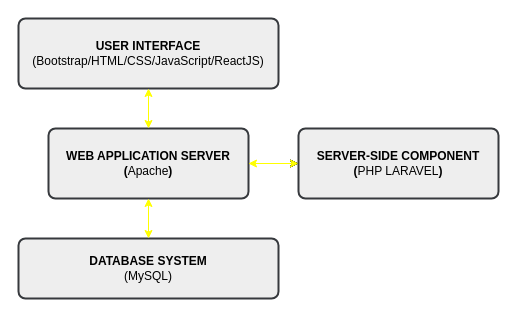
Above: proposal/submission/sec01/stakeholder/diagram/flowchart.drawio in drshahizan/software-engineering (draw.io), before the change. Source tidied: cells renumbered, new cells numbered last; positions are measured from the earlier drawing's top-left corner, leaving out a move shared by most shapes. Both pictures are drawn from the tidied source at 100%, with x=0, y=0 at pixel (18, 18).
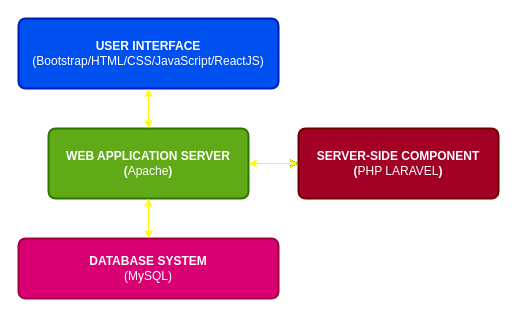
Above is the later version.

The edit, as a diff of the source:
```diff
@@
 <mxGraphModel>
   <root>
     <mxCell id="0" />
     <mxCell id="1" parent="0" />
-    <mxCell id="2" value="&lt;b&gt;USER INTERFACE&lt;br&gt;&lt;/b&gt;(Bootstrap/HTML/CSS/JavaScript/ReactJS)" style="rounded=1;whiteSpace=wrap;html=1;absoluteArcSize=1;arcSize=14;strokeWidth=2;fillColor=#eeeeee;strokeColor=#36393d;fontColor=#000000;" parent="1" vertex="1">
+    <mxCell id="2" value="&lt;b&gt;USER INTERFACE&lt;br&gt;&lt;/b&gt;(Bootstrap/HTML/CSS/JavaScript/ReactJS)" style="rounded=1;whiteSpace=wrap;html=1;absoluteArcSize=1;arcSize=14;strokeWidth=2;fillColor=#0050ef;strokeColor=#001DBC;fontColor=#ffffff;" parent="1" vertex="1">
       <mxGeometry width="260" height="70" as="geometry" />
     </mxCell>
     <mxCell id="3" style="edgeStyle=none;html=1;entryX=0;entryY=0.5;entryDx=0;entryDy=0;" parent="1" edge="1" source="6" target="8">
       <mxGeometry relative="1" as="geometry" />
     </mxCell>
     <mxCell id="4" style="edgeStyle=none;html=1;entryX=0;entryY=0.5;entryDx=0;entryDy=0;strokeColor=#000000;" parent="1" edge="1" source="6" target="8">
       <mxGeometry relative="1" as="geometry" />
     </mxCell>
     <mxCell id="5" style="edgeStyle=none;html=1;entryX=0;entryY=0.5;entryDx=0;entryDy=0;strokeColor=#FFFF00;" parent="1" edge="1" source="6" target="8">
       <mxGeometry relative="1" as="geometry" />
     </mxCell>
-    <mxCell id="6" value="&lt;b&gt;WEB APPLICATION SERVER&lt;br&gt;(&lt;/b&gt;Apache&lt;b&gt;)&lt;br&gt;&lt;/b&gt;" style="rounded=1;whiteSpace=wrap;html=1;absoluteArcSize=1;arcSize=14;strokeWidth=2;fillColor=#eeeeee;strokeColor=#36393d;fontColor=#000000;" parent="1" vertex="1">
+    <mxCell id="6" value="&lt;b&gt;WEB APPLICATION SERVER&lt;br&gt;(&lt;/b&gt;Apache&lt;b&gt;)&lt;br&gt;&lt;/b&gt;" style="rounded=1;whiteSpace=wrap;html=1;absoluteArcSize=1;arcSize=14;strokeWidth=2;fillColor=#60a917;strokeColor=#2D7600;fontColor=#ffffff;" parent="1" vertex="1">
       <mxGeometry x="30" y="110" width="200" height="70" as="geometry" />
     </mxCell>
     <mxCell id="7" style="edgeStyle=none;html=1;entryX=1;entryY=0.5;entryDx=0;entryDy=0;strokeColor=#FFFF00;" parent="1" edge="1">
       <mxGeometry relative="1" as="geometry">
         <mxPoint x="280" y="145" as="sourcePoint" />
         <mxPoint x="230" y="145" as="targetPoint" />
       </mxGeometry>
     </mxCell>
-    <mxCell id="8" value="&lt;b&gt;SERVER-SIDE COMPONENT&lt;br&gt;(&lt;/b&gt;PHP LARAVEL&lt;b&gt;)&lt;br&gt;&lt;/b&gt;" style="rounded=1;whiteSpace=wrap;html=1;absoluteArcSize=1;arcSize=14;strokeWidth=2;fillColor=#eeeeee;strokeColor=#36393d;fontColor=#000000;" parent="1" vertex="1">
+    <mxCell id="8" value="&lt;b&gt;SERVER-SIDE COMPONENT&lt;br&gt;(&lt;/b&gt;PHP LARAVEL&lt;b&gt;)&lt;br&gt;&lt;/b&gt;" style="rounded=1;whiteSpace=wrap;html=1;absoluteArcSize=1;arcSize=14;strokeWidth=2;fillColor=#a20025;strokeColor=#6F0000;fontColor=#ffffff;" parent="1" vertex="1">
       <mxGeometry x="280" y="110" width="200" height="70" as="geometry" />
     </mxCell>
-    <mxCell id="9" value="&lt;b&gt;DATABASE SYSTEM&lt;br&gt;&lt;/b&gt;(MySQL)" style="rounded=1;whiteSpace=wrap;html=1;absoluteArcSize=1;arcSize=14;strokeWidth=2;fillColor=#eeeeee;strokeColor=#36393d;fontColor=#000000;" parent="1" vertex="1">
+    <mxCell id="9" value="&lt;b&gt;DATABASE SYSTEM&lt;br&gt;&lt;/b&gt;(MySQL)" style="rounded=1;whiteSpace=wrap;html=1;absoluteArcSize=1;arcSize=14;strokeWidth=2;fillColor=#d80073;strokeColor=#A50040;fontColor=#ffffff;" parent="1" vertex="1">
       <mxGeometry y="220" width="260" height="60" as="geometry" />
     </mxCell>
     <mxCell id="10" style="endArrow=classic;startArrow=classic;html=1;fontColor=#000000;entryX=0.5;entryY=1;entryDx=0;entryDy=0;strokeColor=#FFFF00;" parent="1" edge="1" target="6">
       <mxGeometry relative="1" as="geometry">
         <mxPoint x="130" y="220" as="sourcePoint" />
       </mxGeometry>
     </mxCell>
     <mxCell id="11" style="endArrow=classic;startArrow=classic;html=1;fontColor=#000000;entryX=0.5;entryY=0;entryDx=0;entryDy=0;exitX=0.5;exitY=1;exitDx=0;exitDy=0;fillColor=#eeeeee;strokeColor=#FFFF00;" parent="1" edge="1" source="2" target="6">
       <mxGeometry relative="1" as="geometry" />
     </mxCell>
   </root>
 </mxGraphModel>
```
